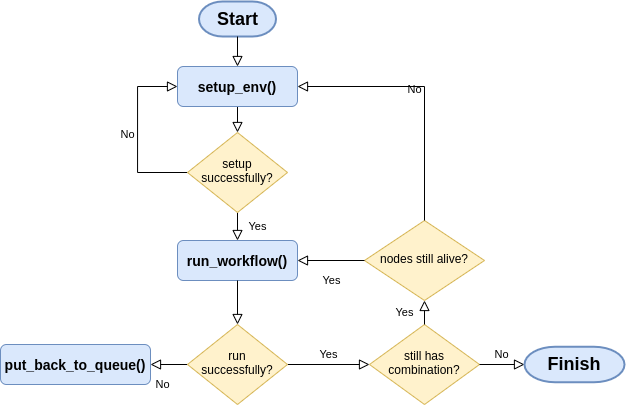
Before: images/experiment_flowchart.png, a diagram exported from draw.io (ntlinh16/cloudal). Source tidied: cells renumbered, new cells last; positions are measured from the earlier drawing's top-left corner, leaving out a move shared by most shapes.
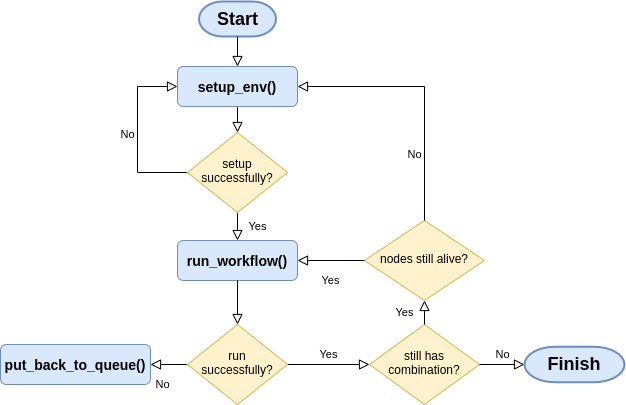
After the commit.

Change to the diagram source:
```diff
@@ -52,7 +52,7 @@
     <mxCell id="16" value="Yes" style="rounded=0;html=1;jettySize=auto;fontSize=11;endArrow=block;endFill=0;endSize=8;strokeWidth=1;shadow=0;labelBackgroundColor=none;entryX=1;entryY=0.5;entryDx=0;entryDy=0;exitX=0;exitY=0.5;exitDx=0;exitDy=0;" parent="1" edge="1" source="15" target="11">
       <mxGeometry y="20" relative="1" as="geometry" />
     </mxCell>
-    <mxCell id="17" value="No" style="edgeStyle=orthogonalEdgeStyle;rounded=0;html=1;jettySize=auto;fontSize=11;endArrow=block;endFill=0;endSize=8;strokeWidth=1;shadow=0;labelBackgroundColor=none;exitX=0.5;exitY=0;exitDx=0;exitDy=0;entryX=1;entryY=0.5;entryDx=0;entryDy=0;" parent="1" edge="1" source="15" target="3">
+    <mxCell id="17" value="&amp;nbsp; &amp;nbsp; &amp;nbsp; &amp;nbsp; &amp;nbsp; &amp;nbsp; &amp;nbsp; &amp;nbsp;&lt;br&gt;&lt;br&gt;&lt;br&gt;&lt;br&gt;&lt;br&gt;&lt;br&gt;&lt;br&gt;&lt;br&gt;&lt;br&gt;&lt;br&gt;No" style="rounded=0;html=1;jettySize=auto;fontSize=11;endArrow=block;endFill=0;endSize=8;strokeWidth=1;shadow=0;labelBackgroundColor=none;entryX=1;entryY=0.5;entryDx=0;entryDy=0;exitX=0.5;exitY=0;exitDx=0;exitDy=0;comic=0;edgeStyle=orthogonalEdgeStyle;" parent="1" edge="1" source="15" target="3">
       <mxGeometry y="10" relative="1" as="geometry" />
     </mxCell>
     <mxCell id="18" style="rounded=0;html=1;jettySize=auto;fontSize=11;endArrow=block;endFill=0;endSize=8;strokeWidth=1;shadow=0;labelBackgroundColor=none;exitX=0.5;exitY=1;exitDx=0;exitDy=0;" parent="1" edge="1" source="11" target="9">
```
